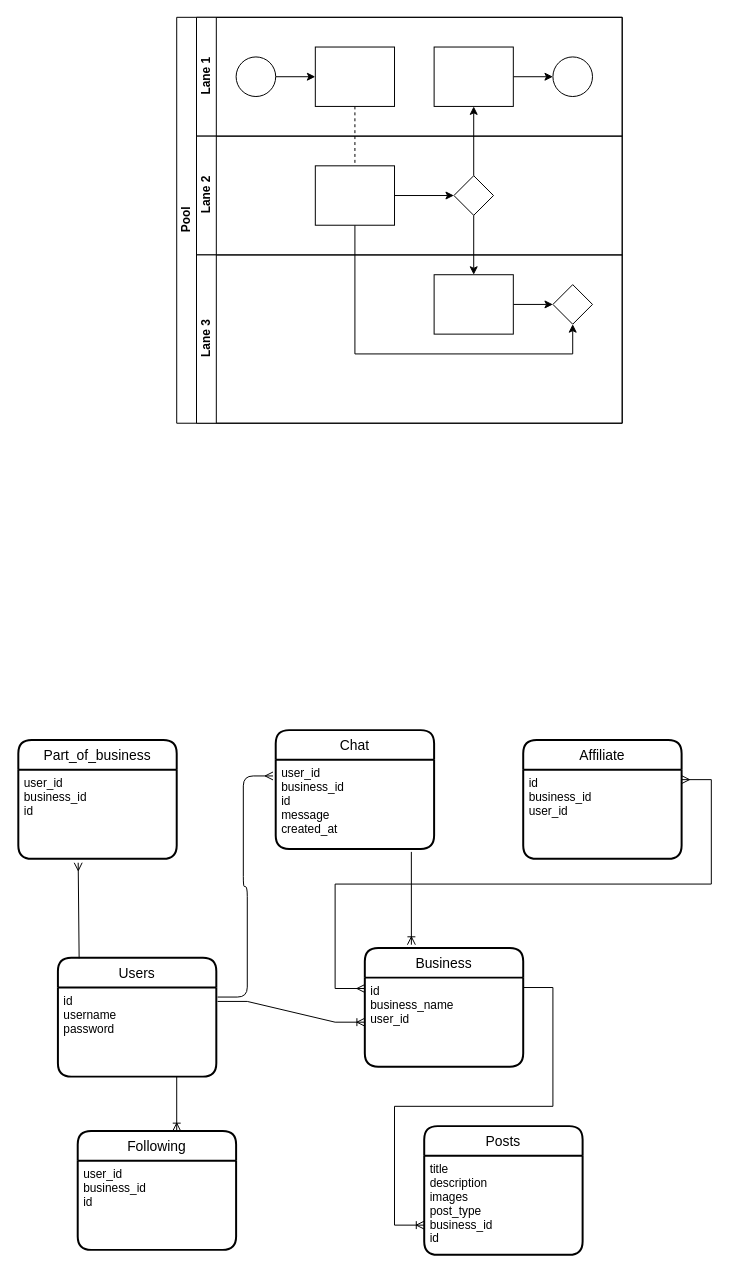
Earlier version of the draw.io diagram Untitled Diagram.drawio (MennyMo/HARDE). Source tidied: cells renumbered, new cells numbered last; positions are measured from the earlier drawing's top-left corner, leaving out a move shared by most shapes. Both pictures are drawn from the tidied source at 99%, with x=0, y=0 at pixel (18, 17).
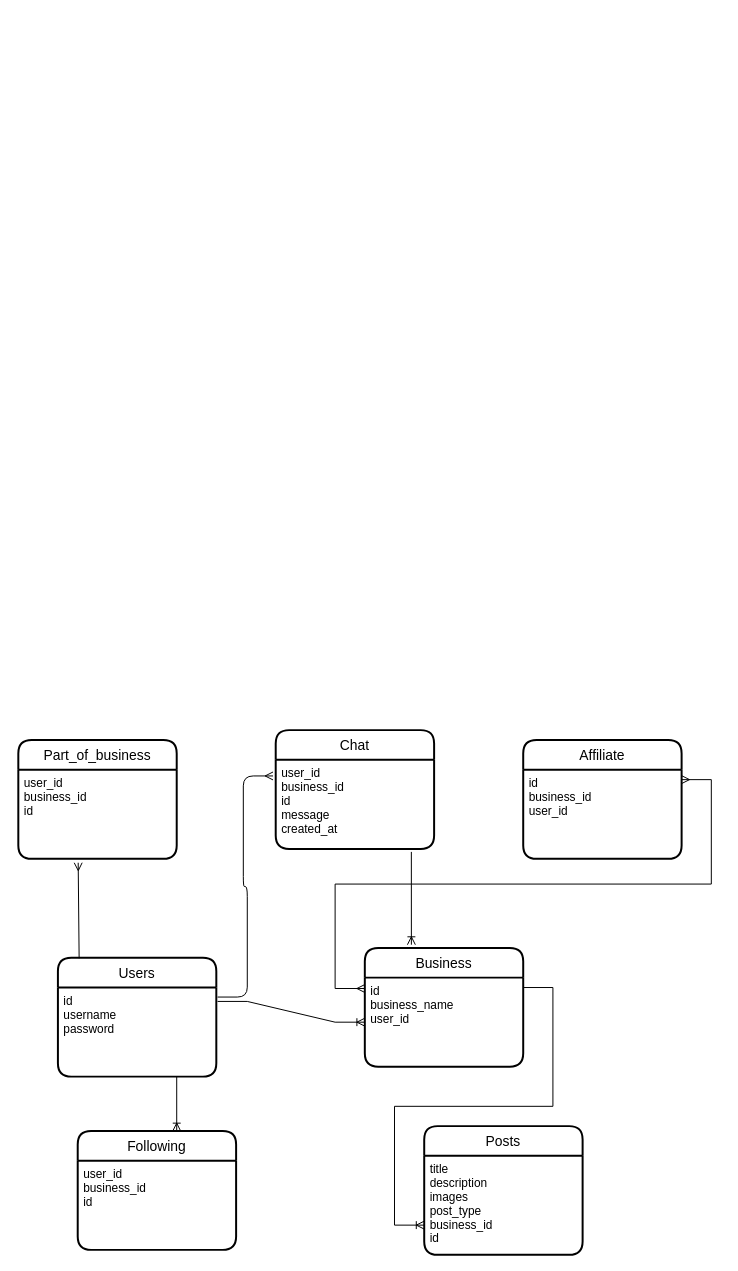
The same page after the edit.

Diff of the diagram source:
```diff
@@
-    <mxCell id="2" value="Pool" style="swimlane;html=1;horizontal=0;startSize=20;" parent="1" vertex="1">
-      <mxGeometry x="160" width="450" height="410" as="geometry" />
-    </mxCell>
-    <mxCell id="3" style="edgeStyle=orthogonalEdgeStyle;rounded=0;jettySize=auto;html=1;dashed=1;endArrow=none;endFill=0;" parent="2" edge="1" source="10" target="16">
-      <mxGeometry relative="1" as="geometry" />
-    </mxCell>
-    <mxCell id="4" style="edgeStyle=orthogonalEdgeStyle;rounded=0;jettySize=auto;html=1;endArrow=classic;endFill=1;" parent="2" edge="1" source="17" target="12">
-      <mxGeometry relative="1" as="geometry" />
-    </mxCell>
-    <mxCell id="5" style="edgeStyle=orthogonalEdgeStyle;rounded=0;jettySize=auto;html=1;endArrow=classic;endFill=1;" parent="2" edge="1" source="17" target="20">
-      <mxGeometry relative="1" as="geometry" />
-    </mxCell>
-    <mxCell id="6" style="edgeStyle=orthogonalEdgeStyle;rounded=0;jettySize=auto;html=1;endArrow=classic;endFill=1;" parent="2" edge="1" source="16" target="21">
-      <mxGeometry relative="1" as="geometry">
-        <Array as="points">
-          <mxPoint x="180" y="340" />
-          <mxPoint x="400" y="340" />
-        </Array>
-      </mxGeometry>
-    </mxCell>
-    <mxCell id="7" value="Lane 1" style="swimlane;html=1;startSize=20;horizontal=0;" parent="2" vertex="1">
-      <mxGeometry x="20" width="430" height="120" as="geometry" />
-    </mxCell>
-    <mxCell id="8" style="edgeStyle=orthogonalEdgeStyle;rounded=0;jettySize=auto;html=1;" parent="7" edge="1" source="9" target="10">
-      <mxGeometry relative="1" as="geometry" />
-    </mxCell>
-    <mxCell id="9" style="ellipse;whiteSpace=wrap;html=1;" parent="7" vertex="1">
-      <mxGeometry x="40" y="40" width="40" height="40" as="geometry" />
-    </mxCell>
-    <mxCell id="10" style="rounded=0;whiteSpace=wrap;html=1;fontFamily=Helvetica;fontSize=12;fontColor=#000000;align=center;" parent="7" vertex="1">
-      <mxGeometry x="120" y="30" width="80" height="60" as="geometry" />
-    </mxCell>
-    <mxCell id="11" style="edgeStyle=orthogonalEdgeStyle;rounded=0;jettySize=auto;html=1;endArrow=classic;endFill=1;" parent="7" edge="1" source="12" target="13">
-      <mxGeometry relative="1" as="geometry" />
-    </mxCell>
-    <mxCell id="12" style="rounded=0;whiteSpace=wrap;html=1;fontFamily=Helvetica;fontSize=12;fontColor=#000000;align=center;" parent="7" vertex="1">
-      <mxGeometry x="240" y="30" width="80" height="60" as="geometry" />
-    </mxCell>
-    <mxCell id="13" style="ellipse;whiteSpace=wrap;html=1;" parent="7" vertex="1">
-      <mxGeometry x="360" y="40" width="40" height="40" as="geometry" />
-    </mxCell>
-    <mxCell id="14" value="Lane 2" style="swimlane;html=1;startSize=20;horizontal=0;" parent="2" vertex="1">
-      <mxGeometry x="20" y="120" width="430" height="120" as="geometry" />
-    </mxCell>
-    <mxCell id="15" style="edgeStyle=orthogonalEdgeStyle;rounded=0;jettySize=auto;html=1;endArrow=classic;endFill=1;" parent="14" edge="1" source="16" target="17">
-      <mxGeometry relative="1" as="geometry" />
-    </mxCell>
-    <mxCell id="16" style="rounded=0;whiteSpace=wrap;html=1;fontFamily=Helvetica;fontSize=12;fontColor=#000000;align=center;" parent="14" vertex="1">
-      <mxGeometry x="120" y="30" width="80" height="60" as="geometry" />
-    </mxCell>
-    <mxCell id="17" style="rhombus;whiteSpace=wrap;html=1;fontFamily=Helvetica;fontSize=12;fontColor=#000000;align=center;" parent="14" vertex="1">
-      <mxGeometry x="260" y="40" width="40" height="40" as="geometry" />
-    </mxCell>
-    <mxCell id="18" value="Lane 3" style="swimlane;html=1;startSize=20;horizontal=0;" parent="2" vertex="1">
-      <mxGeometry x="20" y="240" width="430" height="170" as="geometry" />
-    </mxCell>
-    <mxCell id="19" style="edgeStyle=orthogonalEdgeStyle;rounded=0;jettySize=auto;html=1;endArrow=classic;endFill=1;" parent="18" edge="1" source="20" target="21">
-      <mxGeometry relative="1" as="geometry" />
-    </mxCell>
-    <mxCell id="20" style="rounded=0;whiteSpace=wrap;html=1;fontFamily=Helvetica;fontSize=12;fontColor=#000000;align=center;" parent="18" vertex="1">
-      <mxGeometry x="240" y="20" width="80" height="60" as="geometry" />
-    </mxCell>
-    <mxCell id="21" style="rhombus;whiteSpace=wrap;html=1;fontFamily=Helvetica;fontSize=12;fontColor=#000000;align=center;" parent="18" vertex="1">
-      <mxGeometry x="360" y="30" width="40" height="40" as="geometry" />
-    </mxCell>
```
